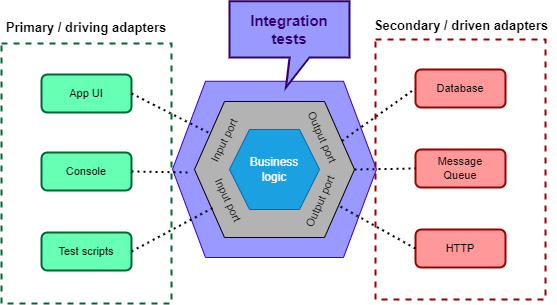
This is docs/images/hexagonal-architecture-integration-tests.drawio.png from vidarkongsli/swetugg2022, a draw.io export, as it was before one commit. Source tidied: cells renumbered, new cells last; positions are measured from the earlier drawing's top-left corner, leaving out a move shared by most shapes.
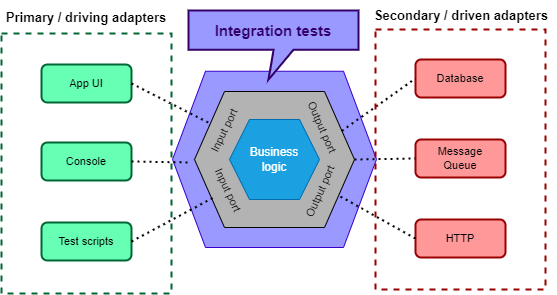
Above is the later version.

Diff of the diagram source:
```diff
@@ -73,8 +73,8 @@
     <mxCell id="24" value="Secondary / driven adapters" style="text;html=1;strokeColor=none;fillColor=none;align=center;verticalAlign=middle;whiteSpace=wrap;rounded=0;dashed=1;fontSize=13;fontColor=#000000;fontStyle=1;" parent="1" vertex="1">
       <mxGeometry x="365" y="9" width="190" height="30" as="geometry" />
     </mxCell>
-    <mxCell id="25" value="Integration&lt;br style=&quot;font-size: 15px;&quot;&gt;tests" style="shape=callout;whiteSpace=wrap;html=1;perimeter=calloutPerimeter;fillColor=#9999FF;fontStyle=1;fontSize=15;fontColor=#330066;position2=0.47;strokeColor=#330066;strokeWidth=2;" parent="1" vertex="1">
-      <mxGeometry x="228" y="-0.2" width="120" height="86.2" as="geometry" />
+    <mxCell id="25" value="Integration tests" style="shape=callout;whiteSpace=wrap;html=1;perimeter=calloutPerimeter;fillColor=#9999FF;fontStyle=1;fontSize=15;fontColor=#330066;position2=0.47;strokeColor=#330066;strokeWidth=2;" parent="1" vertex="1">
+      <mxGeometry x="187" y="19" width="170" height="69.2" as="geometry" />
     </mxCell>
   </root>
 </mxGraphModel>
```
